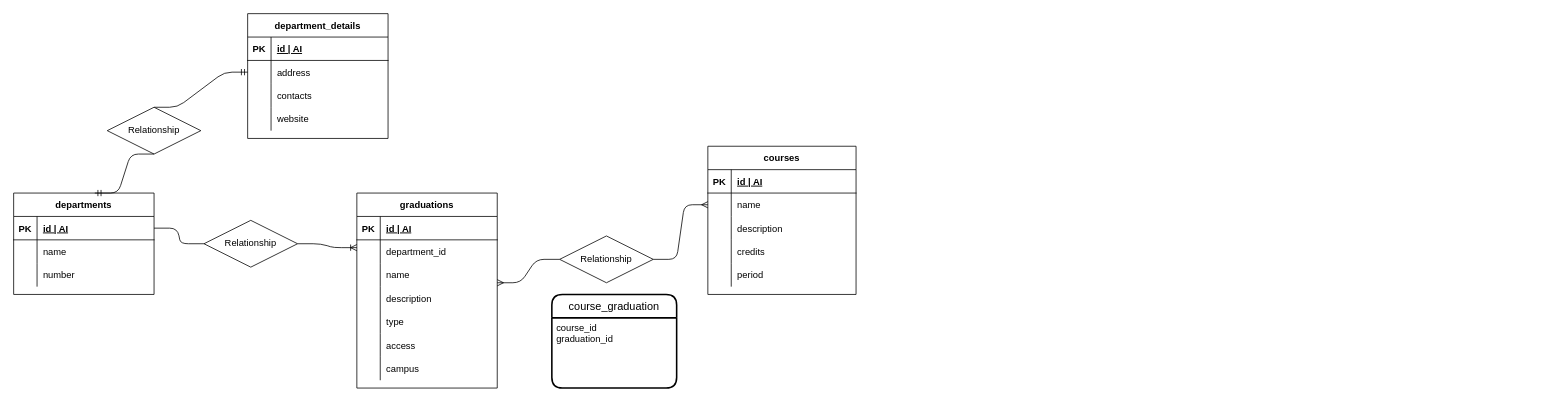
Above: db-university.drawio in DoinaGanceriuc/db-university (draw.io), before the change. Source tidied: cells renumbered, new cells numbered last; positions are measured from the earlier drawing's top-left corner, leaving out a move shared by most shapes. Both pictures are drawn from the tidied source at 78%, with x=0, y=0 at pixel (13, 13).
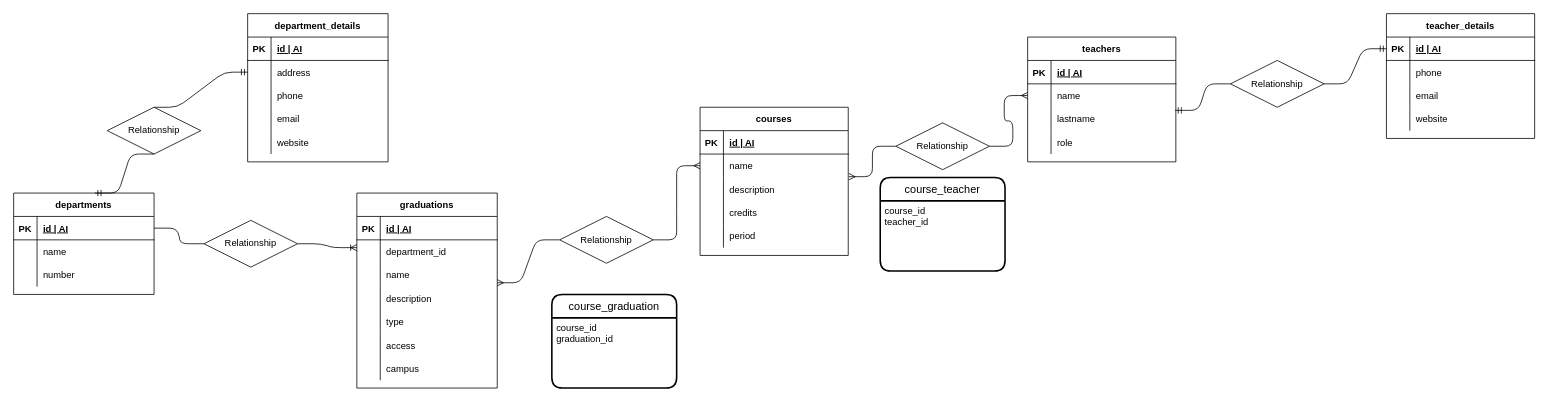
The same page after the edit.

Commit message:
add teachers table

Unchanged cells that the change refers to:
```xml
<mxCell id="41" style="shape=partialRectangle;fillColor=none;top=0;left=0;bottom=0;right=0;" parent="34" vertex="1">
  <mxGeometry y="90" width="180" height="30" as="geometry" />
</mxCell>
<mxCell id="60" style="shape=partialRectangle;fillColor=none;top=0;left=0;bottom=0;right=0;points=[[0,0.5],[1,0.5]];portConstraint=eastwest;" parent="53" vertex="1">
  <mxGeometry y="90" width="190" height="30" as="geometry" />
</mxCell>
```

The edit, as a diff of the source:
```diff
@@
     <mxCell id="34" value="department_details" style="shape=table;startSize=30;childLayout=tableLayout;rowLines=0;fontStyle=1;align=center;" parent="1" vertex="1">
-      <mxGeometry x="300" width="180" height="160" as="geometry" />
+      <mxGeometry x="300" width="180" height="190" as="geometry" />
     </mxCell>
@@
-    <mxCell id="43" value="contacts" style="shape=partialRectangle;fillColor=none;top=0;left=0;bottom=0;right=0;align=left;spacingLeft=6;overflow=hidden;" parent="41" vertex="1">
+    <mxCell id="43" value="phone" style="shape=partialRectangle;fillColor=none;top=0;left=0;bottom=0;right=0;align=left;spacingLeft=6;overflow=hidden;" parent="41" vertex="1">
       <mxGeometry x="30" width="150" height="30" as="geometry" />
     </mxCell>
+    <mxCell id="74" style="shape=partialRectangle;fillColor=none;top=0;left=0;bottom=0;right=0;" parent="34" vertex="1">
+      <mxGeometry y="120" width="180" height="30" as="geometry" />
+    </mxCell>
+    <mxCell id="75" style="shape=partialRectangle;fillColor=none;top=0;left=0;bottom=0;right=0;overflow=hidden;" parent="74" vertex="1">
+      <mxGeometry width="30" height="30" as="geometry" />
+    </mxCell>
+    <mxCell id="76" value="email" style="shape=partialRectangle;fillColor=none;top=0;left=0;bottom=0;right=0;align=left;spacingLeft=6;overflow=hidden;" parent="74" vertex="1">
+      <mxGeometry x="30" width="150" height="30" as="geometry" />
+    </mxCell>
     <mxCell id="44" style="shape=partialRectangle;fillColor=none;top=0;left=0;bottom=0;right=0;" parent="34" vertex="1">
-      <mxGeometry y="120" width="180" height="30" as="geometry" />
+      <mxGeometry y="150" width="180" height="30" as="geometry" />
     </mxCell>
@@
     <mxCell id="53" value="courses" style="shape=table;startSize=30;childLayout=tableLayout;rowLines=0;fontStyle=1;align=center;" parent="1" vertex="1">
-      <mxGeometry x="890" y="170" width="190" height="190" as="geometry" />
+      <mxGeometry x="880" y="120" width="190" height="190" as="geometry" />
     </mxCell>
@@
     <mxCell id="70" value="Relationship" style="shape=rhombus;perimeter=rhombusPerimeter;whiteSpace=wrap;html=1;align=center;" parent="1" vertex="1">
-      <mxGeometry x="700" y="285" width="120" height="60" as="geometry" />
+      <mxGeometry x="700" y="260" width="120" height="60" as="geometry" />
     </mxCell>
@@
+    <mxCell id="77" value="teachers" style="shape=table;startSize=30;childLayout=tableLayout;rowLines=0;fontStyle=1;align=center;" parent="1" vertex="1">
+      <mxGeometry x="1300" y="30" width="190" height="160" as="geometry" />
+    </mxCell>
+    <mxCell id="78" style="shape=partialRectangle;fillColor=none;top=0;left=0;bottom=1;right=0;" parent="77" vertex="1">
+      <mxGeometry y="30" width="190" height="30" as="geometry" />
+    </mxCell>
+    <mxCell id="79" value="PK" style="shape=partialRectangle;fillColor=none;top=0;left=0;bottom=0;right=0;fontStyle=1;overflow=hidden;" parent="78" vertex="1">
+      <mxGeometry width="30" height="30" as="geometry" />
+    </mxCell>
+    <mxCell id="80" value="id | AI" style="shape=partialRectangle;fillColor=none;top=0;left=0;bottom=0;right=0;align=left;spacingLeft=6;fontStyle=5;overflow=hidden;" parent="78" vertex="1">
+      <mxGeometry x="30" width="160" height="30" as="geometry" />
+    </mxCell>
+    <mxCell id="81" style="shape=partialRectangle;fillColor=none;top=0;left=0;bottom=0;right=0;points=[[0,0.5],[1,0.5]];portConstraint=eastwest;" parent="77" vertex="1">
+      <mxGeometry y="60" width="190" height="30" as="geometry" />
+    </mxCell>
+    <mxCell id="82" style="shape=partialRectangle;fillColor=none;top=0;left=0;bottom=0;right=0;overflow=hidden;" parent="81" vertex="1">
+      <mxGeometry width="30" height="30" as="geometry" />
+    </mxCell>
+    <mxCell id="83" value="name" style="shape=partialRectangle;fillColor=none;top=0;left=0;bottom=0;right=0;align=left;spacingLeft=6;overflow=hidden;" parent="81" vertex="1">
+      <mxGeometry x="30" width="160" height="30" as="geometry" />
+    </mxCell>
+    <mxCell id="84" style="shape=partialRectangle;fillColor=none;top=0;left=0;bottom=0;right=0;points=[[0,0.5],[1,0.5]];portConstraint=eastwest;" parent="77" vertex="1">
+      <mxGeometry y="90" width="190" height="30" as="geometry" />
+    </mxCell>
+    <mxCell id="85" style="shape=partialRectangle;fillColor=none;top=0;left=0;bottom=0;right=0;overflow=hidden;" parent="84" vertex="1">
+      <mxGeometry width="30" height="30" as="geometry" />
+    </mxCell>
+    <mxCell id="86" value="lastname" style="shape=partialRectangle;fillColor=none;top=0;left=0;bottom=0;right=0;align=left;spacingLeft=6;overflow=hidden;" parent="84" vertex="1">
+      <mxGeometry x="30" width="160" height="30" as="geometry" />
+    </mxCell>
+    <mxCell id="87" style="shape=partialRectangle;fillColor=none;top=0;left=0;bottom=0;right=0;" parent="77" vertex="1">
+      <mxGeometry y="120" width="190" height="30" as="geometry" />
+    </mxCell>
+    <mxCell id="88" style="shape=partialRectangle;fillColor=none;top=0;left=0;bottom=0;right=0;overflow=hidden;" parent="87" vertex="1">
+      <mxGeometry width="30" height="30" as="geometry" />
+    </mxCell>
+    <mxCell id="89" value="role" style="shape=partialRectangle;fillColor=none;top=0;left=0;bottom=0;right=0;align=left;spacingLeft=6;overflow=hidden;" parent="87" vertex="1">
+      <mxGeometry x="30" width="160" height="30" as="geometry" />
+    </mxCell>
+    <mxCell id="90" value="teacher_details" style="shape=table;startSize=30;childLayout=tableLayout;rowLines=0;fontStyle=1;align=center;" parent="1" vertex="1">
+      <mxGeometry x="1760" width="190" height="160" as="geometry" />
+    </mxCell>
+    <mxCell id="91" style="shape=partialRectangle;fillColor=none;top=0;left=0;bottom=1;right=0;points=[[0,0.5],[1,0.5]];portConstraint=eastwest;" parent="90" vertex="1">
+      <mxGeometry y="30" width="190" height="30" as="geometry" />
+    </mxCell>
+    <mxCell id="92" value="PK" style="shape=partialRectangle;fillColor=none;top=0;left=0;bottom=0;right=0;fontStyle=1;overflow=hidden;" parent="91" vertex="1">
+      <mxGeometry width="30" height="30" as="geometry" />
+    </mxCell>
+    <mxCell id="93" value="id | AI" style="shape=partialRectangle;fillColor=none;top=0;left=0;bottom=0;right=0;align=left;spacingLeft=6;fontStyle=5;overflow=hidden;" parent="91" vertex="1">
+      <mxGeometry x="30" width="160" height="30" as="geometry" />
+    </mxCell>
+    <mxCell id="94" style="shape=partialRectangle;fillColor=none;top=0;left=0;bottom=0;right=0;" parent="90" vertex="1">
+      <mxGeometry y="60" width="190" height="30" as="geometry" />
+    </mxCell>
+    <mxCell id="95" style="shape=partialRectangle;fillColor=none;top=0;left=0;bottom=0;right=0;overflow=hidden;" parent="94" vertex="1">
+      <mxGeometry width="30" height="30" as="geometry" />
+    </mxCell>
+    <mxCell id="96" value="phone" style="shape=partialRectangle;fillColor=none;top=0;left=0;bottom=0;right=0;align=left;spacingLeft=6;overflow=hidden;" parent="94" vertex="1">
+      <mxGeometry x="30" width="160" height="30" as="geometry" />
+    </mxCell>
+    <mxCell id="97" style="shape=partialRectangle;fillColor=none;top=0;left=0;bottom=0;right=0;" parent="90" vertex="1">
+      <mxGeometry y="90" width="190" height="30" as="geometry" />
+    </mxCell>
+    <mxCell id="98" style="shape=partialRectangle;fillColor=none;top=0;left=0;bottom=0;right=0;overflow=hidden;" parent="97" vertex="1">
+      <mxGeometry width="30" height="30" as="geometry" />
+    </mxCell>
+    <mxCell id="99" value="email" style="shape=partialRectangle;fillColor=none;top=0;left=0;bottom=0;right=0;align=left;spacingLeft=6;overflow=hidden;" parent="97" vertex="1">
+      <mxGeometry x="30" width="160" height="30" as="geometry" />
+    </mxCell>
+    <mxCell id="100" style="shape=partialRectangle;fillColor=none;top=0;left=0;bottom=0;right=0;" parent="90" vertex="1">
+      <mxGeometry y="120" width="190" height="30" as="geometry" />
+    </mxCell>
+    <mxCell id="101" style="shape=partialRectangle;fillColor=none;top=0;left=0;bottom=0;right=0;overflow=hidden;" parent="100" vertex="1">
+      <mxGeometry width="30" height="30" as="geometry" />
+    </mxCell>
+    <mxCell id="102" value="website" style="shape=partialRectangle;fillColor=none;top=0;left=0;bottom=0;right=0;align=left;spacingLeft=6;overflow=hidden;" parent="100" vertex="1">
+      <mxGeometry x="30" width="160" height="30" as="geometry" />
+    </mxCell>
+    <mxCell id="103" style="edgeStyle=entityRelationEdgeStyle;fontSize=12;html=1;endArrow=ERmandOne;startArrow=none;entryX=0;entryY=0.5;entryDx=0;entryDy=0;" parent="1" edge="1" source="104" target="91">
+      <mxGeometry relative="1" as="geometry" />
+    </mxCell>
+    <mxCell id="104" value="Relationship" style="shape=rhombus;perimeter=rhombusPerimeter;whiteSpace=wrap;html=1;align=center;" parent="1" vertex="1">
+      <mxGeometry x="1560" y="60" width="120" height="60" as="geometry" />
+    </mxCell>
+    <mxCell id="105" style="edgeStyle=entityRelationEdgeStyle;fontSize=12;html=1;endArrow=none;startArrow=ERmandOne;exitX=0.995;exitY=0.133;exitDx=0;exitDy=0;exitPerimeter=0;" parent="1" edge="1" source="84" target="104">
+      <mxGeometry relative="1" as="geometry" />
+    </mxCell>
+    <mxCell id="106" style="edgeStyle=entityRelationEdgeStyle;fontSize=12;html=1;endArrow=ERmany;startArrow=none;entryX=0;entryY=0.5;entryDx=0;entryDy=0;exitX=1;exitY=0.5;exitDx=0;exitDy=0;" parent="1" edge="1" source="107" target="81">
+      <mxGeometry relative="1" as="geometry" />
+    </mxCell>
+    <mxCell id="107" value="Relationship" style="shape=rhombus;perimeter=rhombusPerimeter;whiteSpace=wrap;html=1;align=center;" parent="1" vertex="1">
+      <mxGeometry x="1131" y="140" width="120" height="60" as="geometry" />
+    </mxCell>
+    <mxCell id="108" style="edgeStyle=entityRelationEdgeStyle;fontSize=12;html=1;endArrow=none;startArrow=ERmany;entryX=0;entryY=0.5;entryDx=0;entryDy=0;exitX=1.005;exitY=-0.033;exitDx=0;exitDy=0;exitPerimeter=0;" parent="1" edge="1" source="60" target="107">
+      <mxGeometry relative="1" as="geometry" />
+    </mxCell>
+    <mxCell id="109" value="course_teacher" style="swimlane;horizontal=1;startSize=30;rounded=1;fontSize=14;fontStyle=0;strokeWidth=2;shadow=0;dashed=0;align=center;" parent="1" vertex="1">
+      <mxGeometry x="1111" y="210" width="160" height="120" as="geometry" />
+    </mxCell>
+    <mxCell id="110" value="course_id&#10;teacher_id" style="align=left;strokeColor=none;fillColor=none;spacingLeft=4;fontSize=12;verticalAlign=top;" parent="109" vertex="1">
+      <mxGeometry y="30" width="160" height="90" as="geometry" />
+    </mxCell>
```
